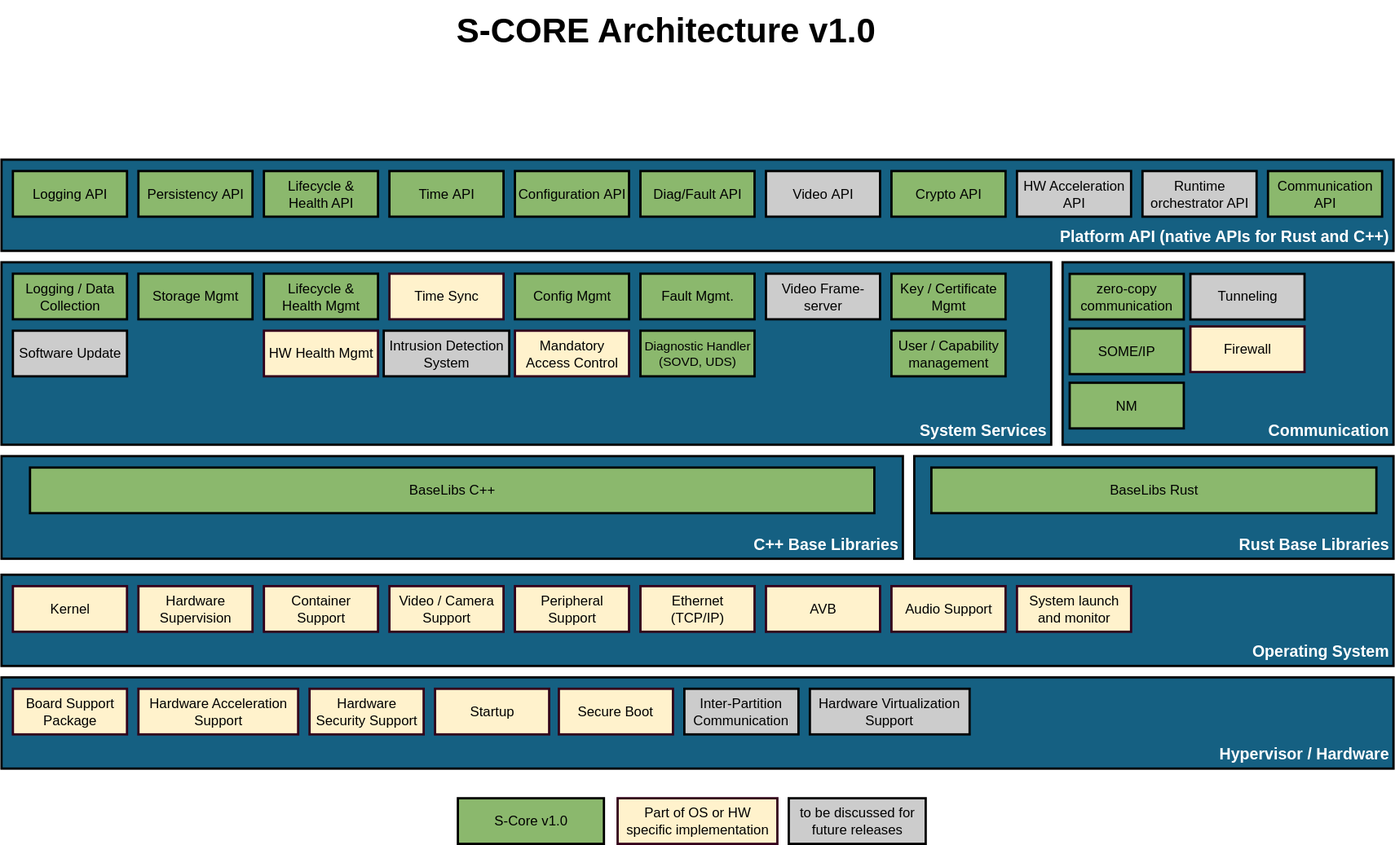
This is docs/_assets/sw_arch_v_1.drawio.svg from eclipse-score/reference_integration, a draw.io export, as it was before one commit. Source tidied: cells renumbered, new cells last; positions are measured from the earlier drawing's top-left corner, leaving out a move shared by most shapes.
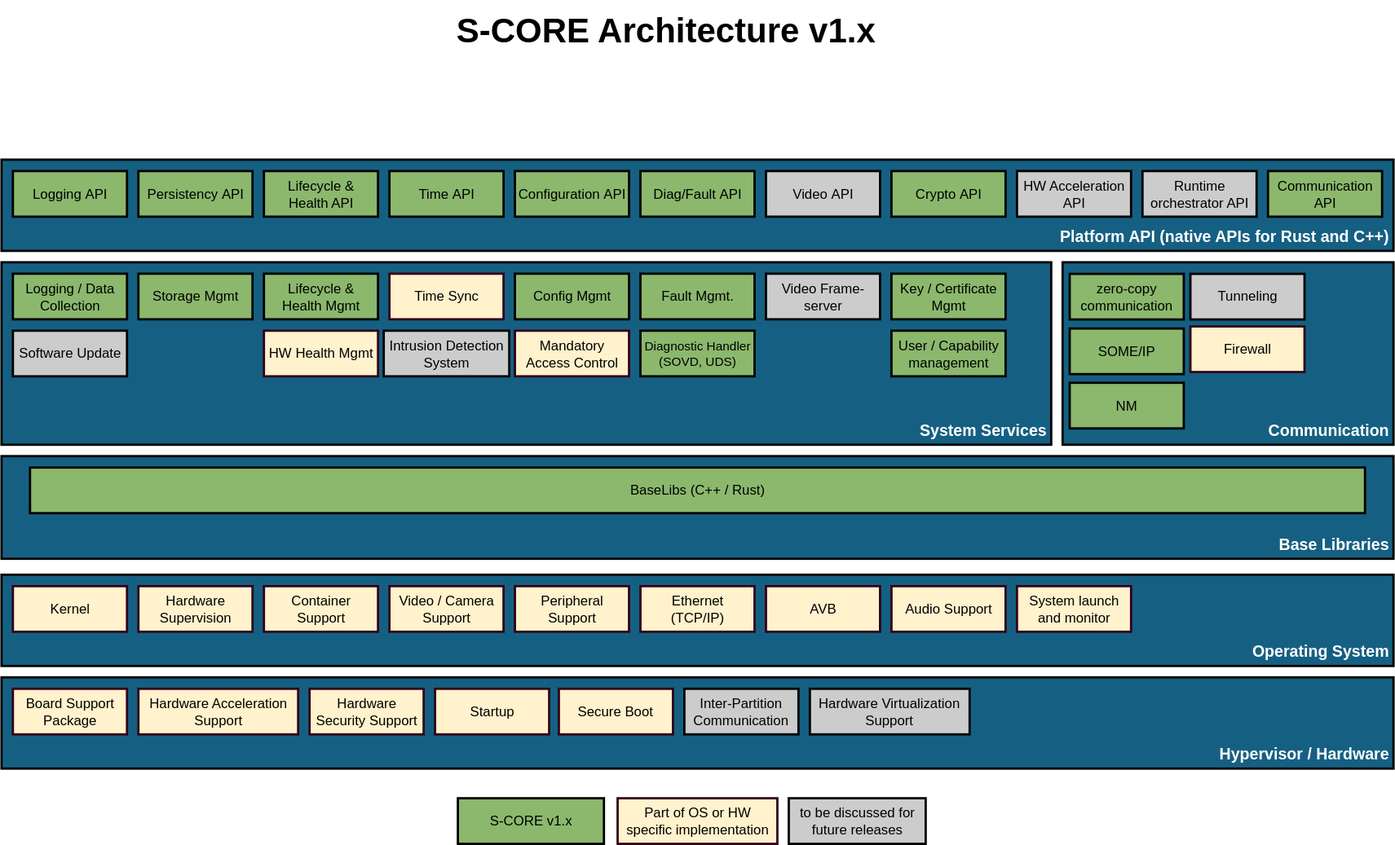
Above is the later version.

Commit message:
docs: rename S-Core v1.0 to S-CORE v1.x and turn the roadmap into the v1.x target (#506)

What changed in the source:
```diff
@@ -2,8 +2,8 @@
   <root>
     <mxCell id="0" />
     <mxCell id="1" value="Background" parent="0" />
-    <mxCell id="2" value="C++ Base Libraries" style="rounded=0;html=1;strokeWidth=2;fillColor=#156082;align=right;labelPosition=center;verticalLabelPosition=middle;verticalAlign=bottom;whiteSpace=wrap;horizontal=1;spacingRight=0;spacingBottom=0;spacingLeft=0;spacingTop=0;spacing=4;fontColor=#FFFFFF;fontSize=14;fontStyle=1;" parent="1" vertex="1">
-      <mxGeometry y="400" width="790" height="90" as="geometry" />
+    <mxCell id="2" value="Base Libraries" style="rounded=0;html=1;strokeWidth=2;fillColor=#156082;align=right;labelPosition=center;verticalLabelPosition=middle;verticalAlign=bottom;whiteSpace=wrap;horizontal=1;spacingRight=0;spacingBottom=0;spacingLeft=0;spacingTop=0;spacing=4;fontColor=#FFFFFF;fontSize=14;fontStyle=1;" parent="1" vertex="1">
+      <mxGeometry y="400" width="1220" height="90" as="geometry" />
     </mxCell>
     <mxCell id="3" value="System Services" style="rounded=0;html=1;strokeWidth=2;fillColor=#156082;align=right;labelPosition=center;verticalLabelPosition=middle;verticalAlign=bottom;whiteSpace=wrap;horizontal=1;spacingRight=0;spacingBottom=0;spacingLeft=0;spacingTop=0;spacing=4;fontColor=#FFFFFF;fontSize=14;fontStyle=1;" parent="1" vertex="1">
       <mxGeometry y="230" width="920" height="160" as="geometry" />
@@ -17,12 +17,6 @@
     <mxCell id="6" value="Hypervisor / Hardware" style="rounded=0;html=1;strokeWidth=2;fillColor=#156082;align=right;labelPosition=center;verticalLabelPosition=middle;verticalAlign=bottom;whiteSpace=wrap;horizontal=1;spacingRight=0;spacingBottom=0;spacingLeft=0;spacingTop=0;spacing=4;fontColor=#FFFFFF;fontSize=14;fontStyle=1;" parent="1" vertex="1">
       <mxGeometry y="594" width="1220" height="80" as="geometry" />
     </mxCell>
-    <mxCell id="7" value="Rust Base Libraries" style="rounded=0;html=1;strokeWidth=2;fillColor=#156082;align=right;labelPosition=center;verticalLabelPosition=middle;verticalAlign=bottom;whiteSpace=wrap;horizontal=1;spacingRight=0;spacingBottom=0;spacingLeft=0;spacingTop=0;spacing=4;fontColor=#FFFFFF;fontSize=14;fontStyle=1;" parent="1" vertex="1">
-      <mxGeometry x="800" y="400" width="420" height="90" as="geometry" />
-    </mxCell>
-    <mxCell id="8" value="BaseLibs Rust" style="rounded=0;whiteSpace=wrap;fillColor=#8BB86D;strokeWidth=2;glass=0;shadow=0;strokeColor=default;align=center;verticalAlign=middle;spacingLeft=0;spacing=4;" parent="1" vertex="1">
-      <mxGeometry x="815" y="410" width="390" height="40" as="geometry" />
-    </mxCell>
     <mxCell id="9" value="Platform API (native APIs for Rust and C++)" style="rounded=0;strokeWidth=2;fillColor=#156082;align=right;labelPosition=center;verticalLabelPosition=middle;verticalAlign=bottom;whiteSpace=wrap;horizontal=1;spacingRight=0;spacingBottom=0;spacingLeft=0;spacingTop=0;spacing=4;textShadow=0;html=1;fontColor=#FFFFFF;fontSize=14;fontStyle=1;" parent="1" vertex="1">
       <mxGeometry y="140" width="1220" height="80" as="geometry" />
     </mxCell>
@@ -30,10 +24,10 @@
     <mxCell id="11" value="Logging API" style="rounded=0;whiteSpace=wrap;fillColor=#8BB86D;strokeWidth=2;glass=0;shadow=0;strokeColor=default;spacingLeft=0;spacing=4;" parent="10" vertex="1">
       <mxGeometry x="10" y="150" width="100" height="40" as="geometry" />
     </mxCell>
-    <mxCell id="12" value="S-CORE Architecture v1.0" style="text;whiteSpace=wrap;overflow=hidden;rounded=0;align=right;fontStyle=1;fontSize=30;spacingLeft=0;spacing=4;" parent="10" vertex="1">
+    <mxCell id="12" value="S-CORE Architecture v1.x" style="text;whiteSpace=wrap;overflow=hidden;rounded=0;align=right;fontStyle=1;fontSize=30;spacingLeft=0;spacing=4;" parent="10" vertex="1">
       <mxGeometry x="370" width="400" height="47.9" as="geometry" />
     </mxCell>
-    <mxCell id="13" value="S-Core v1.0" style="rounded=0;whiteSpace=wrap;fillColor=#8BB86D;strokeWidth=2;glass=0;shadow=0;strokeColor=#000000;spacingLeft=0;spacing=4;" parent="10" vertex="1">
+    <mxCell id="13" value="S-CORE v1.x" style="rounded=0;whiteSpace=wrap;fillColor=#8BB86D;strokeWidth=2;glass=0;shadow=0;strokeColor=#000000;spacingLeft=0;spacing=4;" parent="10" vertex="1">
       <mxGeometry x="400" y="700" width="128" height="40" as="geometry" />
     </mxCell>
     <mxCell id="14" value="Part of OS or HW specific implementation" style="rounded=0;whiteSpace=wrap;fillColor=#fff2cc;strokeWidth=2;glass=0;shadow=0;strokeColor=#33001A;spacingLeft=0;spacing=4;" parent="10" vertex="1">
@@ -174,8 +168,8 @@
     <mxCell id="59" value="Diagnostic Handler (SOVD, UDS)" style="rounded=0;whiteSpace=wrap;fillColor=#8BB86D;strokeWidth=2;glass=0;shadow=0;strokeColor=#000000;spacingLeft=0;spacing=4;fontSize=11;fontColor=#000000;" parent="10" vertex="1">
       <mxGeometry x="560" y="290" width="100" height="40" as="geometry" />
     </mxCell>
-    <mxCell id="60" value="BaseLibs C++" style="rounded=0;whiteSpace=wrap;fillColor=#8BB86D;strokeWidth=2;glass=0;shadow=0;strokeColor=default;align=center;verticalAlign=middle;spacingLeft=0;spacing=4;" parent="10" vertex="1">
-      <mxGeometry x="25" y="410" width="740" height="40" as="geometry" />
+    <mxCell id="60" value="BaseLibs (C++ / Rust)" style="rounded=0;whiteSpace=wrap;fillColor=#8BB86D;strokeWidth=2;glass=0;shadow=0;strokeColor=default;align=center;verticalAlign=middle;spacingLeft=0;spacing=4;" parent="10" vertex="1">
+      <mxGeometry x="25" y="410" width="1170" height="40" as="geometry" />
     </mxCell>
     <mxCell id="61" value="System launch and monitor" style="rounded=0;whiteSpace=wrap;fillColor=#fff2cc;strokeWidth=2;glass=0;shadow=0;strokeColor=#33001A;spacingLeft=0;spacing=4;" parent="10" vertex="1">
       <mxGeometry x="890" y="514" width="100" height="40" as="geometry" />
```
